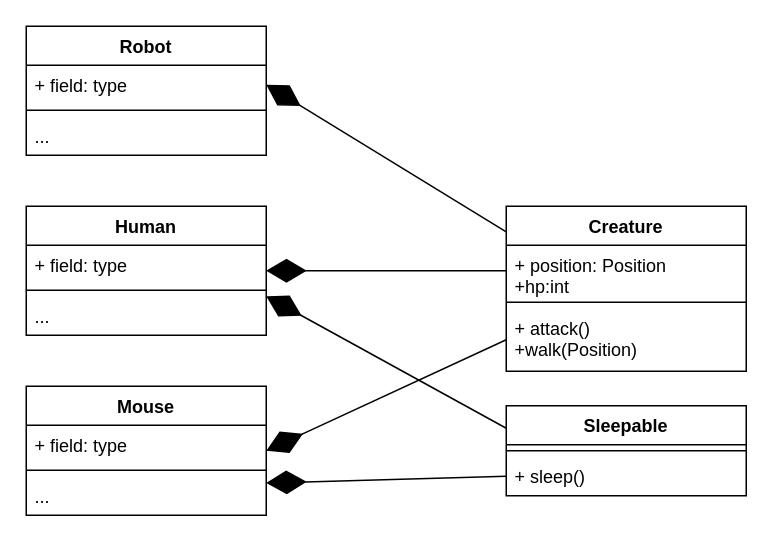
Before: composition_inheritance_new_approach.drawio in penguincarol/rattle, a draw.io diagram. Source tidied: cells renumbered, new cells numbered last; positions are measured from the earlier drawing's top-left corner, leaving out a move shared by most shapes. Both pictures are drawn from the tidied source at 150%, with x=0, y=0 at pixel (26, 26).
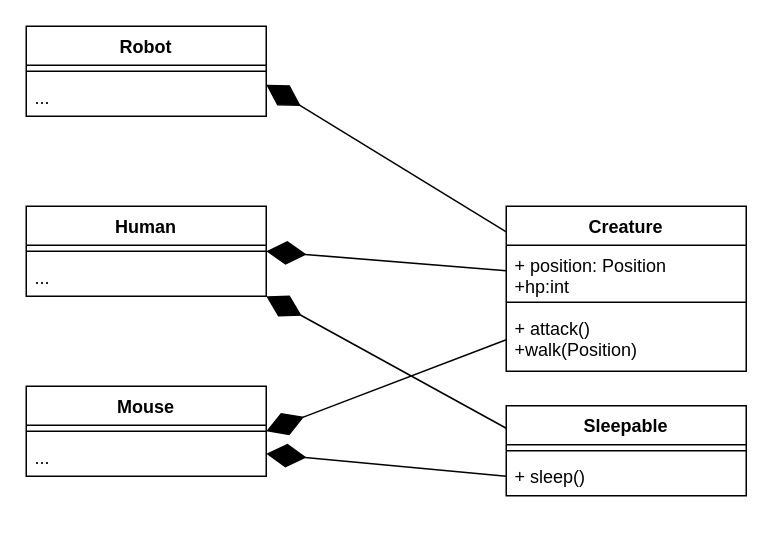
The same diagram, later.

The change refers to these unchanged cells:
```xml
<mxCell id="15" value="Creature" style="swimlane;fontStyle=1;align=center;verticalAlign=top;horizontal=1;startSize=26;whiteSpace=wrap;html=1;" parent="1" vertex="1">
  <mxGeometry x="320" y="120" width="160" height="110" as="geometry" />
</mxCell>
```

The edit, as a diff of the source:
```diff
@@
     <mxCell id="5" value="Human" style="swimlane;fontStyle=1;align=center;verticalAlign=top;horizontal=1;startSize=26;whiteSpace=wrap;html=1;" parent="1" vertex="1">
-      <mxGeometry y="120" width="160" height="86" as="geometry" />
+      <mxGeometry y="120" width="160" height="60" as="geometry" />
     </mxCell>
-    <mxCell id="6" value="+ field: type" style="text;strokeColor=none;fillColor=none;align=left;verticalAlign=top;spacingLeft=4;spacingRight=4;overflow=hidden;whiteSpace=wrap;html=1;" parent="5" vertex="1">
-      <mxGeometry y="26" width="160" height="26" as="geometry" />
-    </mxCell>
     <mxCell id="7" style="line;strokeWidth=1;fillColor=none;align=left;verticalAlign=middle;spacingTop=-1;spacingLeft=3;spacingRight=3;labelPosition=right;strokeColor=inherit;" parent="5" vertex="1">
-      <mxGeometry y="52" width="160" height="8" as="geometry" />
+      <mxGeometry y="26" width="160" height="8" as="geometry" />
     </mxCell>
     <mxCell id="8" value="..." style="text;strokeColor=none;fillColor=none;align=left;verticalAlign=top;spacingLeft=4;spacingRight=4;overflow=hidden;whiteSpace=wrap;html=1;" parent="5" vertex="1">
-      <mxGeometry y="60" width="160" height="26" as="geometry" />
+      <mxGeometry y="34" width="160" height="26" as="geometry" />
     </mxCell>
@@
     <mxCell id="10" value="Mouse" style="swimlane;fontStyle=1;align=center;verticalAlign=top;horizontal=1;startSize=26;whiteSpace=wrap;html=1;" parent="1" vertex="1">
-      <mxGeometry y="240" width="160" height="86" as="geometry" />
+      <mxGeometry y="240" width="160" height="60" as="geometry" />
     </mxCell>
-    <mxCell id="11" value="+ field: type" style="text;strokeColor=none;fillColor=none;align=left;verticalAlign=top;spacingLeft=4;spacingRight=4;overflow=hidden;whiteSpace=wrap;html=1;" parent="10" vertex="1">
-      <mxGeometry y="26" width="160" height="26" as="geometry" />
-    </mxCell>
     <mxCell id="12" style="line;strokeWidth=1;fillColor=none;align=left;verticalAlign=middle;spacingTop=-1;spacingLeft=3;spacingRight=3;labelPosition=right;strokeColor=inherit;" parent="10" vertex="1">
-      <mxGeometry y="52" width="160" height="8" as="geometry" />
+      <mxGeometry y="26" width="160" height="8" as="geometry" />
     </mxCell>
     <mxCell id="13" value="..." style="text;strokeColor=none;fillColor=none;align=left;verticalAlign=top;spacingLeft=4;spacingRight=4;overflow=hidden;whiteSpace=wrap;html=1;" parent="10" vertex="1">
-      <mxGeometry y="60" width="160" height="26" as="geometry" />
+      <mxGeometry y="34" width="160" height="26" as="geometry" />
     </mxCell>
@@
     <mxCell id="21" value="Robot" style="swimlane;fontStyle=1;align=center;verticalAlign=top;horizontal=1;startSize=26;whiteSpace=wrap;html=1;" parent="1" vertex="1">
-      <mxGeometry width="160" height="86" as="geometry" />
+      <mxGeometry width="160" height="60" as="geometry" />
     </mxCell>
-    <mxCell id="22" value="+ field: type" style="text;strokeColor=none;fillColor=none;align=left;verticalAlign=top;spacingLeft=4;spacingRight=4;overflow=hidden;points=[[0,0.5],[1,0.5]];portConstraint=eastwest;whiteSpace=wrap;html=1;" parent="21" vertex="1">
-      <mxGeometry y="26" width="160" height="26" as="geometry" />
-    </mxCell>
     <mxCell id="23" style="line;strokeWidth=1;fillColor=none;align=left;verticalAlign=middle;spacingTop=-1;spacingLeft=3;spacingRight=3;labelPosition=right;strokeColor=inherit;" parent="21" vertex="1">
-      <mxGeometry y="52" width="160" height="8" as="geometry" />
+      <mxGeometry y="26" width="160" height="8" as="geometry" />
     </mxCell>
     <mxCell id="24" value="..." style="text;strokeColor=none;fillColor=none;align=left;verticalAlign=top;spacingLeft=4;spacingRight=4;overflow=hidden;whiteSpace=wrap;html=1;" parent="21" vertex="1">
-      <mxGeometry y="60" width="160" height="26" as="geometry" />
+      <mxGeometry y="34" width="160" height="26" as="geometry" />
     </mxCell>
-    <mxCell id="25" style="endArrow=diamondThin;endFill=1;endSize=24;html=1;rounded=0;entryX=1;entryY=0.5;entryDx=0;entryDy=0;exitX=0;exitY=0.155;exitDx=0;exitDy=0;exitPerimeter=0;" parent="1" edge="1" source="15" target="22">
-      <mxGeometry relative="1" as="geometry" />
+    <mxCell id="25" style="endArrow=diamondThin;endFill=1;endSize=24;html=1;rounded=0;entryX=1;entryY=0.5;entryDx=0;entryDy=0;exitX=0;exitY=0.155;exitDx=0;exitDy=0;exitPerimeter=0;" parent="1" edge="1" source="15">
+      <mxGeometry relative="1" as="geometry">
+        <mxPoint x="160" y="39" as="targetPoint" />
+      </mxGeometry>
     </mxCell>
```
